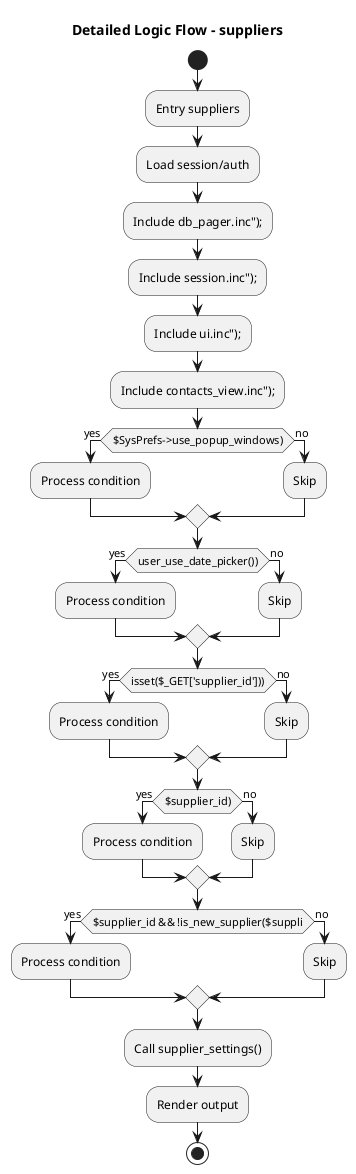
fraserhighlandshoppe/FAAnalysis keeps this PlantUML diagram as purchasing_manage/FA_UML_Logic_suppliers.png. Above is the earlier version.
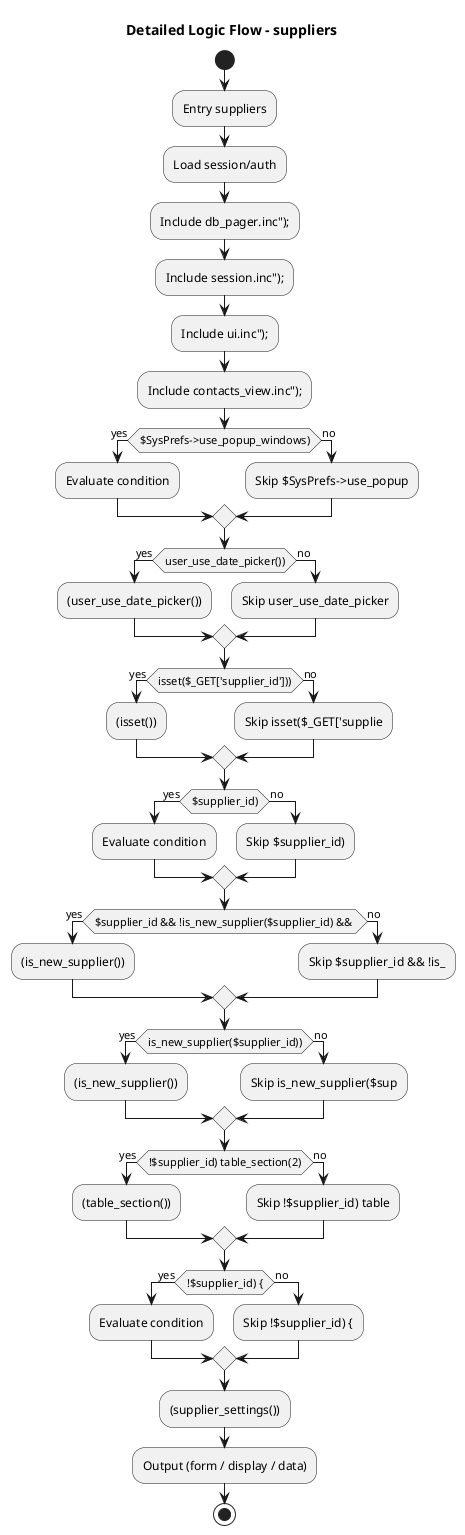
The same diagram one commit later.

What changed in the source:
```diff
@@ -8,31 +8,46 @@
 :Include ui.inc");;
 :Include contacts_view.inc");;
 if ($SysPrefs->use_popup_windows)) then (yes)
-  :Process condition;
+  :Evaluate condition;
 else (no)
-  :Skip;
+  :Skip $SysPrefs->use_popup;
 endif
 if (user_use_date_picker())) then (yes)
-  :Process condition;
+  :(user_use_date_picker());
 else (no)
-  :Skip;
+  :Skip user_use_date_picker;
 endif
 if (isset($_GET['supplier_id']))) then (yes)
-  :Process condition;
+  :(isset());
 else (no)
-  :Skip;
+  :Skip isset($_GET['supplie;
 endif
 if ($supplier_id)) then (yes)
-  :Process condition;
+  :Evaluate condition;
 else (no)
-  :Skip;
+  :Skip $supplier_id);
 endif
-if ($supplier_id && !is_new_supplier($suppli) then (yes)
-  :Process condition;
+if ($supplier_id && !is_new_supplier($supplier_id) && ) then (yes)
+  :(is_new_supplier());
 else (no)
-  :Skip;
+  :Skip $supplier_id && !is_;
 endif
-:Call supplier_settings();
-:Render output;
+if (is_new_supplier($supplier_id))) then (yes)
+  :(is_new_supplier());
+else (no)
+  :Skip is_new_supplier($sup;
+endif
+if (!$supplier_id) table_section(2)) then (yes)
+  :(table_section());
+else (no)
+  :Skip !$supplier_id) table;
+endif
+if (!$supplier_id) {) then (yes)
+  :Evaluate condition;
+else (no)
+  :Skip !$supplier_id) {;
+endif
+:(supplier_settings());
+:Output (form / display / data);
 stop
 @enduml
```
